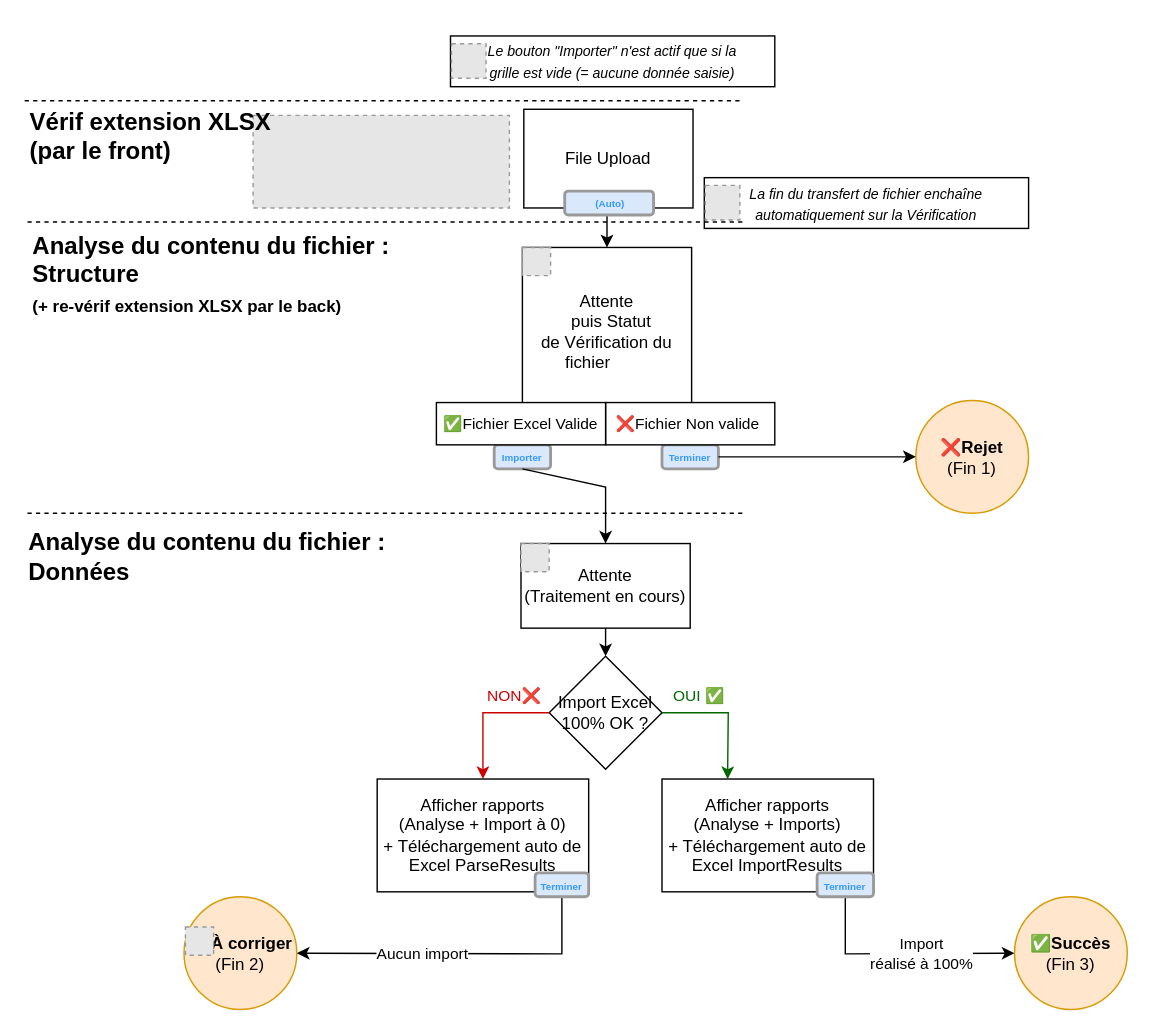
Above: Spécifications - draw.io/Import Excel - Diagram d'enchaînement des écrans.drawio in xarich/XRIPersonalWiki (draw.io), before the change. Source tidied: cells renumbered, new cells numbered last; positions are measured from the earlier drawing's top-left corner, leaving out a move shared by most shapes. Both pictures are drawn from the tidied source at 141%, with x=0, y=0 at pixel (24, 35). Pictures stored in the file or linked from it are replaced by grey dashed boxes.
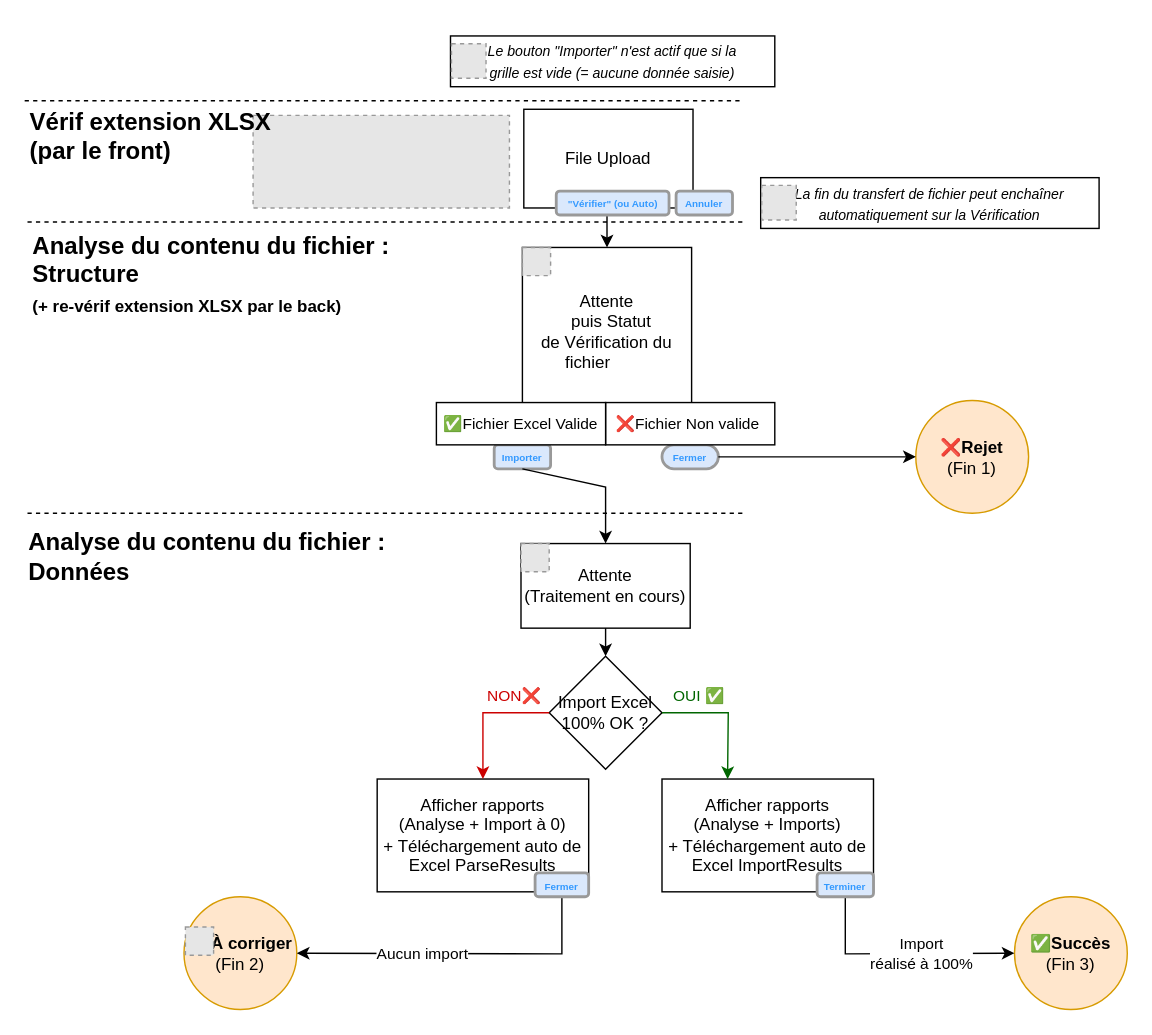
The same page after the edit.

Diff of the diagram source:
```diff
@@
-    <mxCell id="22" value="&lt;font size=&quot;1&quot;&gt;&lt;b style=&quot;font-size: 7px&quot;&gt;Terminer&lt;/b&gt;&lt;/font&gt;" style="rounded=1;whiteSpace=wrap;html=1;strokeWidth=2;verticalAlign=bottom;fillColor=#dae8fc;strokeColor=#999999;fontColor=#3399FF;" parent="1" vertex="1">
+    <mxCell id="22" value="&lt;font size=&quot;1&quot;&gt;&lt;b style=&quot;font-size: 7px&quot;&gt;Fermer&lt;/b&gt;&lt;/font&gt;" style="rounded=1;whiteSpace=wrap;html=1;strokeWidth=2;verticalAlign=bottom;fillColor=#dae8fc;strokeColor=#999999;fontColor=#3399FF;" parent="1" vertex="1">
       <mxGeometry x="362" y="593.5" width="38" height="17" as="geometry" />
     </mxCell>
@@
-    <mxCell id="25" value="&lt;font size=&quot;1&quot;&gt;&lt;b style=&quot;font-size: 7px&quot;&gt;Terminer&lt;/b&gt;&lt;/font&gt;" style="rounded=1;whiteSpace=wrap;html=1;strokeWidth=2;verticalAlign=bottom;fillColor=#dae8fc;strokeColor=#999999;fontColor=#3399FF;" parent="1" vertex="1">
+    <mxCell id="25" value="&lt;font size=&quot;1&quot;&gt;&lt;b style=&quot;font-size: 7px&quot;&gt;Fermer&lt;/b&gt;&lt;/font&gt;" style="rounded=1;whiteSpace=wrap;html=1;strokeWidth=2;verticalAlign=bottom;fillColor=#dae8fc;strokeColor=#999999;fontColor=#3399FF;arcSize=50;" parent="1" vertex="1">
       <mxGeometry x="452" y="290" width="40" height="17" as="geometry" />
     </mxCell>
-    <mxCell id="26" value="&lt;font size=&quot;1&quot;&gt;&lt;b style=&quot;font-size: 7px&quot;&gt;(Auto)&lt;/b&gt;&lt;/font&gt;" style="rounded=1;html=1;strokeWidth=2;verticalAlign=bottom;fillColor=#dae8fc;strokeColor=#999999;fontColor=#3399FF;horizontal=1;" parent="1" vertex="1">
-      <mxGeometry x="383" y="110" width="63" height="17" as="geometry" />
+    <mxCell id="26" value="&lt;font size=&quot;1&quot;&gt;&lt;b style=&quot;font-size: 7px&quot;&gt;&quot;Vérifier&quot; (ou Auto)&lt;/b&gt;&lt;/font&gt;" style="rounded=1;html=1;strokeWidth=2;verticalAlign=bottom;fillColor=#dae8fc;strokeColor=#999999;fontColor=#3399FF;horizontal=1;" parent="1" vertex="1">
+      <mxGeometry x="377" y="110" width="80" height="17" as="geometry" />
     </mxCell>
@@
     <mxCell id="30" style="group;" parent="1" vertex="1">
-      <mxGeometry x="482" y="100.5" width="230" height="36" as="geometry" />
+      <mxGeometry x="522" y="100.5" width="250" height="36" as="geometry" />
     </mxCell>
-    <mxCell id="31" value="&lt;p&gt;&lt;i&gt;&lt;font size=&quot;1&quot;&gt;La fin du transfert de fichier&amp;nbsp;enchaîne&lt;br&gt;automatiquement sur la Vérification&lt;/font&gt;&lt;/i&gt;&lt;/p&gt;" style="whiteSpace=wrap;html=1;align=center;labelBorderColor=none;sketch=0;" parent="30" vertex="1">
-      <mxGeometry width="230" height="36" as="geometry" />
+    <mxCell id="31" value="&lt;p&gt;&lt;i&gt;&lt;font size=&quot;1&quot;&gt;La fin du transfert de fichier peut&amp;nbsp;enchaîner&lt;br&gt;automatiquement sur la Vérification&lt;/font&gt;&lt;/i&gt;&lt;/p&gt;" style="whiteSpace=wrap;html=1;align=center;labelBorderColor=none;sketch=0;" parent="30" vertex="1">
+      <mxGeometry width="240" height="36" as="geometry" />
     </mxCell>
@@
+    <mxCell id="47" value="&lt;font size=&quot;1&quot;&gt;&lt;b style=&quot;font-size: 7px&quot;&gt;Annuler&lt;/b&gt;&lt;/font&gt;" style="rounded=1;whiteSpace=wrap;html=1;strokeWidth=2;verticalAlign=bottom;fillColor=#dae8fc;strokeColor=#999999;fontColor=#3399FF;" parent="1" vertex="1">
+      <mxGeometry x="462" y="110" width="40" height="17" as="geometry" />
+    </mxCell>
```
